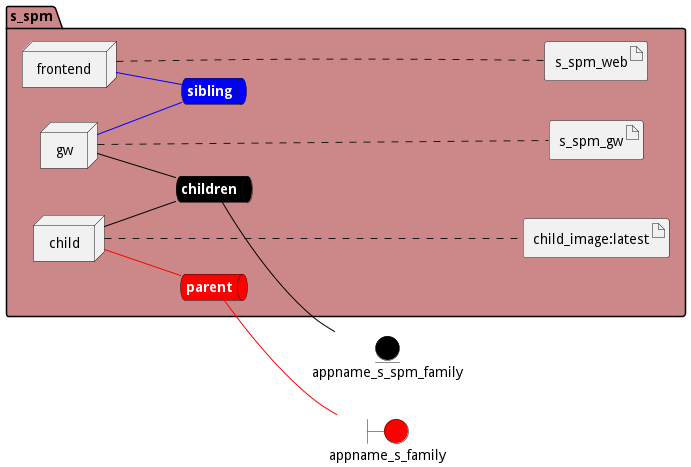
madajaju/edgemere keeps this PlantUML diagram as docs/edgemere/sa/spm/envs/dev/deployment.png. Above is the earlier version. Its diagram source:
```plantuml
@startuml

left to right direction


boundary appname_s_family #red


entity appname_s_spm_family #black




package "s_spm" #cc8888 {
    queue childrennet #black [
            <b><color:white>children</color></b>
    ]

    childrennet -[#black]- appname_s_spm_family

    queue siblingnet #blue [
            <b><color:white>sibling</color></b>
    ]

    queue parentnet #red [
            <b><color:white>parent</color></b>
    ]

    parentnet -[#red]- appname_s_family


node "child" as childService
node "frontend" as frontendService
node "gw" as gwService


        artifact "child_image:latest" as child_imagelatestimage

        artifact "s_spm_web" as s_spm_webimage

        artifact "s_spm_gw" as s_spm_gwimage

}

childService -[#black]- childrennet

childService -[#red]- parentnet

frontendService -[#blue]- siblingnet

gwService -[#black]- childrennet

gwService -[#blue]- siblingnet
childService .... child_imagelatestimage
frontendService .... s_spm_webimage
gwService .... s_spm_gwimage


@enduml
```
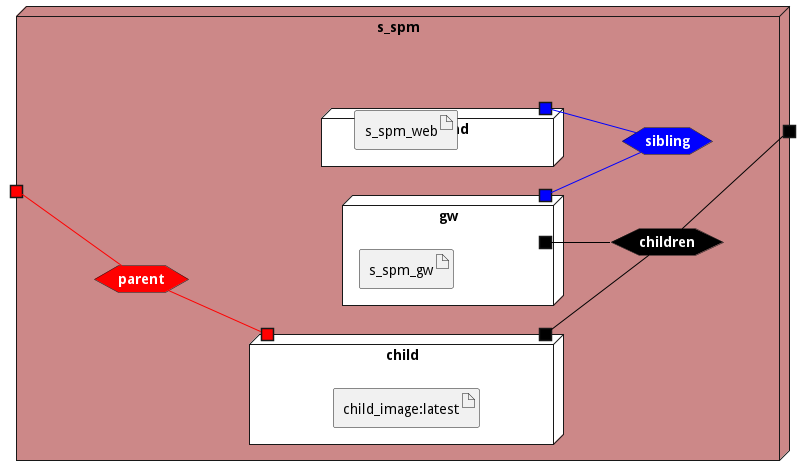
Above is the later version.

The edit, as a diff of the source:
```diff
@@ -3,57 +3,64 @@
 left to right direction
 
 
-boundary appname_s_family #red
-
-
-entity appname_s_spm_family #black
 
 
 
 
-package "s_spm" #cc8888 {
-    queue childrennet #black [
+
+node "s_spm" #cc8888 {
+
+
+    hexagon childrennet #black [
             <b><color:white>children</color></b>
     ]
 
-    childrennet -[#black]- appname_s_spm_family
+    portout " " as childrennetPortOut #black
+    childrennet -[#black]- childrennetPortOut
 
-    queue siblingnet #blue [
+    hexagon siblingnet #blue [
             <b><color:white>sibling</color></b>
     ]
 
-    queue parentnet #red [
+    hexagon parentnet #red [
             <b><color:white>parent</color></b>
     ]
 
-    parentnet -[#red]- appname_s_family
+    portin " " as parentnetPortIn #red
+    parentnetPortIn -[#red]- parentnet
 
 
-node "child" as childService
-node "frontend" as frontendService
-node "gw" as gwService
+node "child" as childService #white {
+    portOut " " as childServicechildrennet #black
+   childServicechildrennet -[#black]- childrennet
+
+    portIn " " as childServiceparentnet #red
+    parentnet -[#red]- childServiceparentnet
 
 
-        artifact "child_image:latest" as child_imagelatestimage
+    artifact "child_image:latest" as child_imagelatestimage
 
-        artifact "s_spm_web" as s_spm_webimage
+}
+node "frontend" as frontendService #white {
+    portOut " " as frontendServicesiblingnet #blue
+   frontendServicesiblingnet -[#blue]- siblingnet
 
-        artifact "s_spm_gw" as s_spm_gwimage
+
+    artifact "s_spm_web" as s_spm_webimage
+
+}
+node "gw" as gwService #white {
+    portOut " " as gwServicechildrennet #black
+   gwServicechildrennet -[#black]- childrennet
+       portOut " " as gwServicesiblingnet #blue
+   gwServicesiblingnet -[#blue]- siblingnet
+
+
+    artifact "s_spm_gw" as s_spm_gwimage
 
 }
 
-childService -[#black]- childrennet
-
-childService -[#red]- parentnet
-
-frontendService -[#blue]- siblingnet
-
-gwService -[#black]- childrennet
-
-gwService -[#blue]- siblingnet
-childService .... child_imagelatestimage
-frontendService .... s_spm_webimage
-gwService .... s_spm_gwimage
+}
 
 
 @enduml
```
